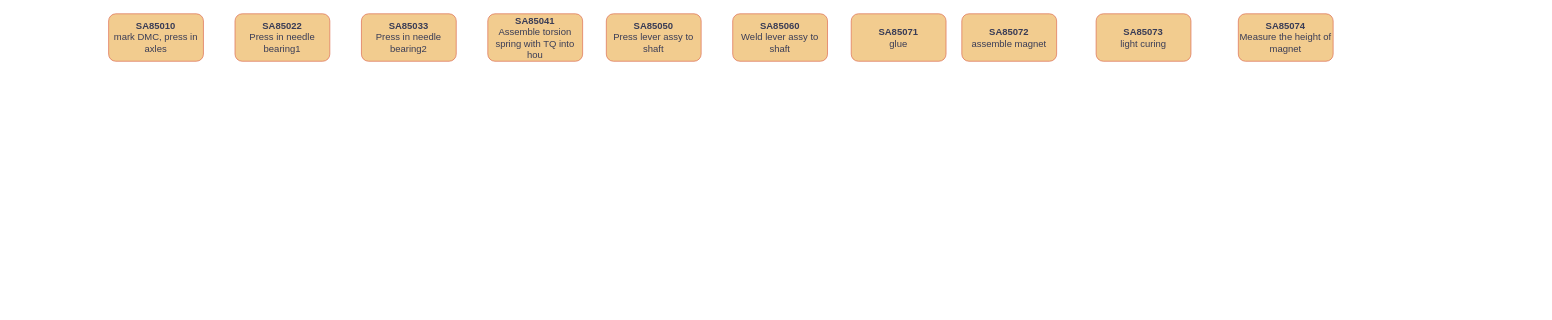
The draw.io diagram images/未命名绘图.drawio in gf199406/hello-world, before the edit. Source tidied: cells renumbered, new cells numbered last; positions are measured from the earlier drawing's top-left corner, leaving out a move shared by most shapes. Both pictures are drawn from the tidied source at 79%, with x=0, y=0 at pixel (108, 13).
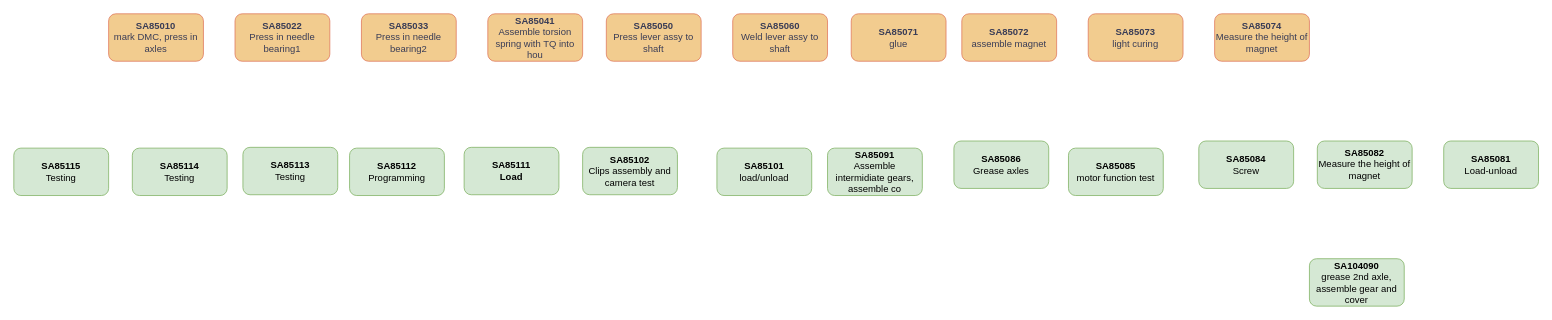
The same page after the edit.

Commit message (it also covers changes not shown here):
更新未命名绘图.drawio

What changed in the source:
```diff
@@
     <mxCell id="10" value="&lt;font style=&quot;&quot;&gt;&lt;b&gt;SA85073&lt;/b&gt;&lt;br&gt;light curing&lt;br&gt;&lt;/font&gt;" style="rounded=1;whiteSpace=wrap;html=1;fillColor=#F2CC8F;strokeColor=#E07A5F;labelBackgroundColor=none;fontColor=#393C56;" parent="1" vertex="1">
-      <mxGeometry x="1250" width="120" height="60" as="geometry" />
+      <mxGeometry x="1240" width="120" height="60" as="geometry" />
     </mxCell>
     <mxCell id="11" value="&lt;font style=&quot;&quot;&gt;&lt;b&gt;SA85074&lt;/b&gt;&lt;br&gt;Measure the height of magnet&lt;br&gt;&lt;/font&gt;" style="rounded=1;whiteSpace=wrap;html=1;fillColor=#F2CC8F;strokeColor=#E07A5F;labelBackgroundColor=none;fontColor=#393C56;" parent="1" vertex="1">
-      <mxGeometry x="1430" width="120" height="60" as="geometry" />
+      <mxGeometry x="1400" width="120" height="60" as="geometry" />
     </mxCell>
+    <mxCell id="12" value="&lt;font style=&quot;&quot;&gt;&lt;b&gt;SA85082&lt;/b&gt;&lt;br&gt;Measure the height of magnet&lt;br&gt;&lt;/font&gt;" style="rounded=1;whiteSpace=wrap;html=1;fillColor=#d5e8d4;strokeColor=#82b366;labelBackgroundColor=none;" parent="1" vertex="1">
+      <mxGeometry x="1530" y="161" width="120" height="60" as="geometry" />
+    </mxCell>
+    <mxCell id="13" value="&lt;font style=&quot;&quot;&gt;&lt;b&gt;SA85085&lt;/b&gt;&lt;br&gt;motor function test&lt;br&gt;&lt;/font&gt;" style="rounded=1;whiteSpace=wrap;html=1;fillColor=#d5e8d4;strokeColor=#82b366;labelBackgroundColor=none;" parent="1" vertex="1">
+      <mxGeometry x="1215" y="170" width="120" height="60" as="geometry" />
+    </mxCell>
+    <mxCell id="14" value="&lt;font style=&quot;&quot;&gt;&lt;b&gt;SA85081&lt;br&gt;&lt;/b&gt;Load-unload&lt;br&gt;&lt;/font&gt;" style="rounded=1;whiteSpace=wrap;html=1;fillColor=#d5e8d4;strokeColor=#82b366;labelBackgroundColor=none;" parent="1" vertex="1">
+      <mxGeometry x="1690" y="161" width="120" height="60" as="geometry" />
+    </mxCell>
+    <mxCell id="15" value="&lt;font style=&quot;&quot;&gt;&lt;b&gt;SA85084&lt;/b&gt;&lt;br&gt;Screw&lt;br&gt;&lt;/font&gt;" style="rounded=1;whiteSpace=wrap;html=1;fillColor=#d5e8d4;strokeColor=#82b366;labelBackgroundColor=none;" parent="1" vertex="1">
+      <mxGeometry x="1380" y="161" width="120" height="60" as="geometry" />
+    </mxCell>
+    <mxCell id="16" value="&lt;font style=&quot;&quot;&gt;&lt;b&gt;SA85086&lt;/b&gt;&lt;br&gt;Grease axles&lt;br&gt;&lt;/font&gt;" style="rounded=1;whiteSpace=wrap;html=1;fillColor=#d5e8d4;strokeColor=#82b366;labelBackgroundColor=none;" parent="1" vertex="1">
+      <mxGeometry x="1070" y="161" width="120" height="60" as="geometry" />
+    </mxCell>
+    <mxCell id="17" value="&lt;font style=&quot;&quot;&gt;&lt;b&gt;SA85091&lt;/b&gt;&lt;br&gt;Assemble intermidiate gears, assemble co&lt;br&gt;&lt;/font&gt;" style="rounded=1;whiteSpace=wrap;html=1;fillColor=#d5e8d4;strokeColor=#82b366;labelBackgroundColor=none;" parent="1" vertex="1">
+      <mxGeometry x="910" y="170" width="120" height="60" as="geometry" />
+    </mxCell>
+    <mxCell id="18" value="&lt;font style=&quot;&quot;&gt;&lt;b&gt;SA85101&lt;/b&gt;&lt;br&gt;load/unload&lt;br&gt;&lt;/font&gt;" style="rounded=1;whiteSpace=wrap;html=1;fillColor=#d5e8d4;strokeColor=#82b366;labelBackgroundColor=none;" parent="1" vertex="1">
+      <mxGeometry x="770" y="170" width="120" height="60" as="geometry" />
+    </mxCell>
+    <mxCell id="19" value="&lt;font style=&quot;&quot;&gt;&lt;b&gt;SA85102&lt;/b&gt;&lt;br&gt;Clips assembly and camera test&lt;br&gt;&lt;/font&gt;" style="rounded=1;whiteSpace=wrap;html=1;fillColor=#d5e8d4;strokeColor=#82b366;labelBackgroundColor=none;" parent="1" vertex="1">
+      <mxGeometry x="600" y="169" width="120" height="60" as="geometry" />
+    </mxCell>
+    <mxCell id="20" value="&lt;font style=&quot;&quot;&gt;&lt;b&gt;SA85111&lt;br&gt;Load&lt;/b&gt;&lt;br&gt;&lt;/font&gt;" style="rounded=1;whiteSpace=wrap;html=1;fillColor=#d5e8d4;strokeColor=#82b366;labelBackgroundColor=none;" parent="1" vertex="1">
+      <mxGeometry x="450" y="169" width="120" height="60" as="geometry" />
+    </mxCell>
+    <mxCell id="21" value="&lt;font style=&quot;&quot;&gt;&lt;b&gt;SA85112&lt;/b&gt;&lt;br&gt;Programming&lt;br&gt;&lt;/font&gt;" style="rounded=1;whiteSpace=wrap;html=1;fillColor=#d5e8d4;strokeColor=#82b366;labelBackgroundColor=none;" parent="1" vertex="1">
+      <mxGeometry x="305" y="170" width="120" height="60" as="geometry" />
+    </mxCell>
+    <mxCell id="22" value="&lt;font style=&quot;&quot;&gt;&lt;b&gt;SA85113&lt;/b&gt;&lt;br&gt;Testing&lt;br&gt;&lt;/font&gt;" style="rounded=1;whiteSpace=wrap;html=1;fillColor=#d5e8d4;strokeColor=#82b366;labelBackgroundColor=none;" parent="1" vertex="1">
+      <mxGeometry x="170" y="169" width="120" height="60" as="geometry" />
+    </mxCell>
+    <mxCell id="23" value="&lt;font style=&quot;&quot;&gt;&lt;b&gt;SA85114&lt;/b&gt;&lt;br&gt;Testing&lt;br&gt;&lt;/font&gt;" style="rounded=1;whiteSpace=wrap;html=1;fillColor=#d5e8d4;strokeColor=#82b366;labelBackgroundColor=none;" parent="1" vertex="1">
+      <mxGeometry x="30" y="170" width="120" height="60" as="geometry" />
+    </mxCell>
+    <mxCell id="24" value="&lt;font style=&quot;&quot;&gt;&lt;b&gt;SA85115&lt;/b&gt;&lt;br&gt;Testing&lt;br&gt;&lt;/font&gt;" style="rounded=1;whiteSpace=wrap;html=1;fillColor=#d5e8d4;strokeColor=#82b366;labelBackgroundColor=none;" parent="1" vertex="1">
+      <mxGeometry x="-120" y="170" width="120" height="60" as="geometry" />
+    </mxCell>
+    <mxCell id="25" value="&lt;font style=&quot;&quot;&gt;&lt;b&gt;SA104090&lt;br&gt;&lt;/b&gt;grease 2nd axle, assemble gear and cover&lt;br&gt;&lt;/font&gt;" style="rounded=1;whiteSpace=wrap;html=1;fillColor=#d5e8d4;strokeColor=#82b366;labelBackgroundColor=none;" parent="1" vertex="1">
+      <mxGeometry x="1520" y="310" width="120" height="60" as="geometry" />
+    </mxCell>
```
